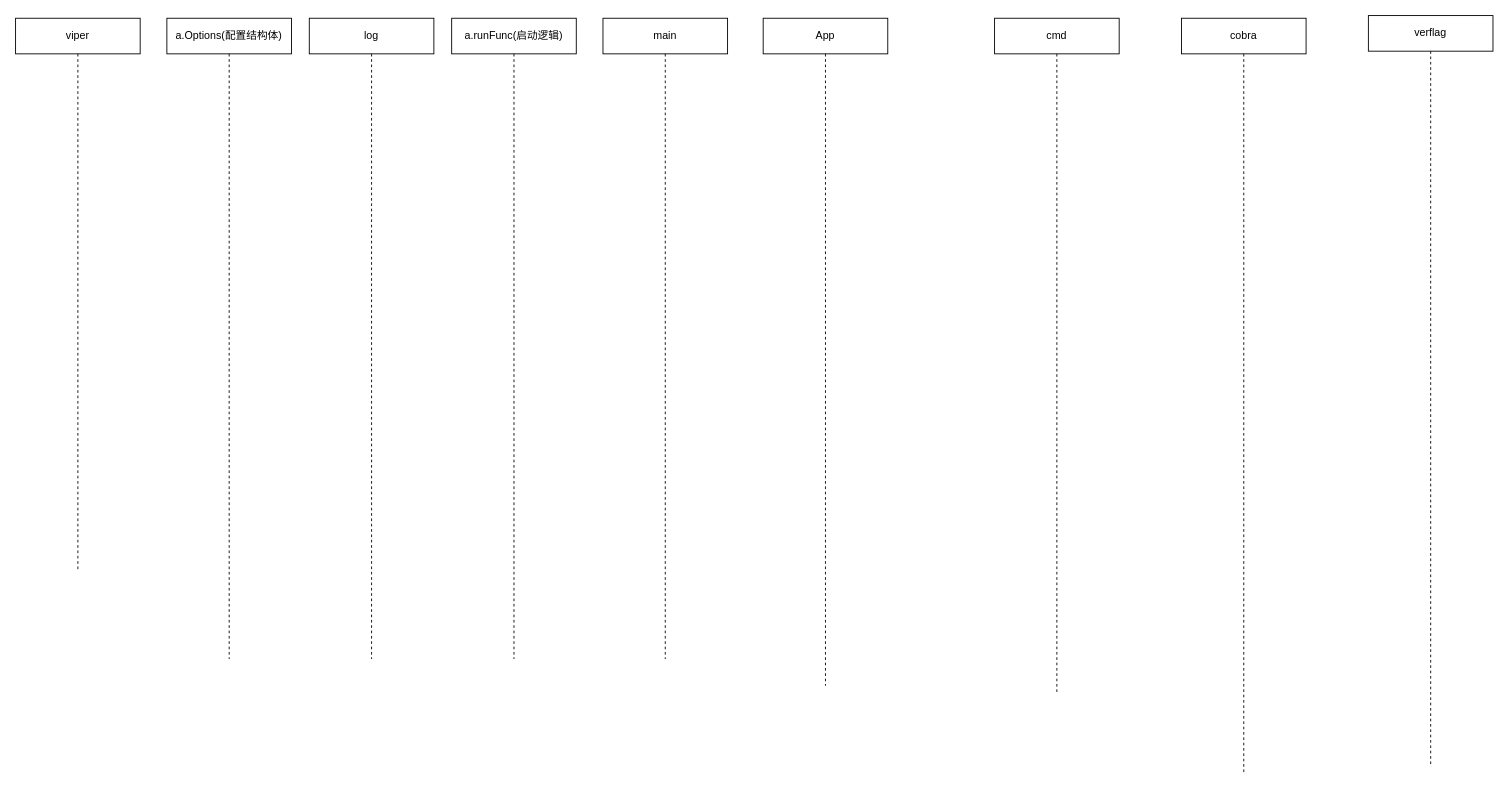
Before: page "正式" (1 of 4) of cdmp-mini/doc/drawio/服务器初始化.drawio in maxiaolu1981/cretem, a draw.io diagram. Source tidied: cells renumbered, new cells numbered last; positions are measured from the earlier drawing's top-left corner, leaving out a move shared by most shapes. Both pictures are drawn from the tidied source at 89%, with x=0, y=0 at pixel (15, 15).
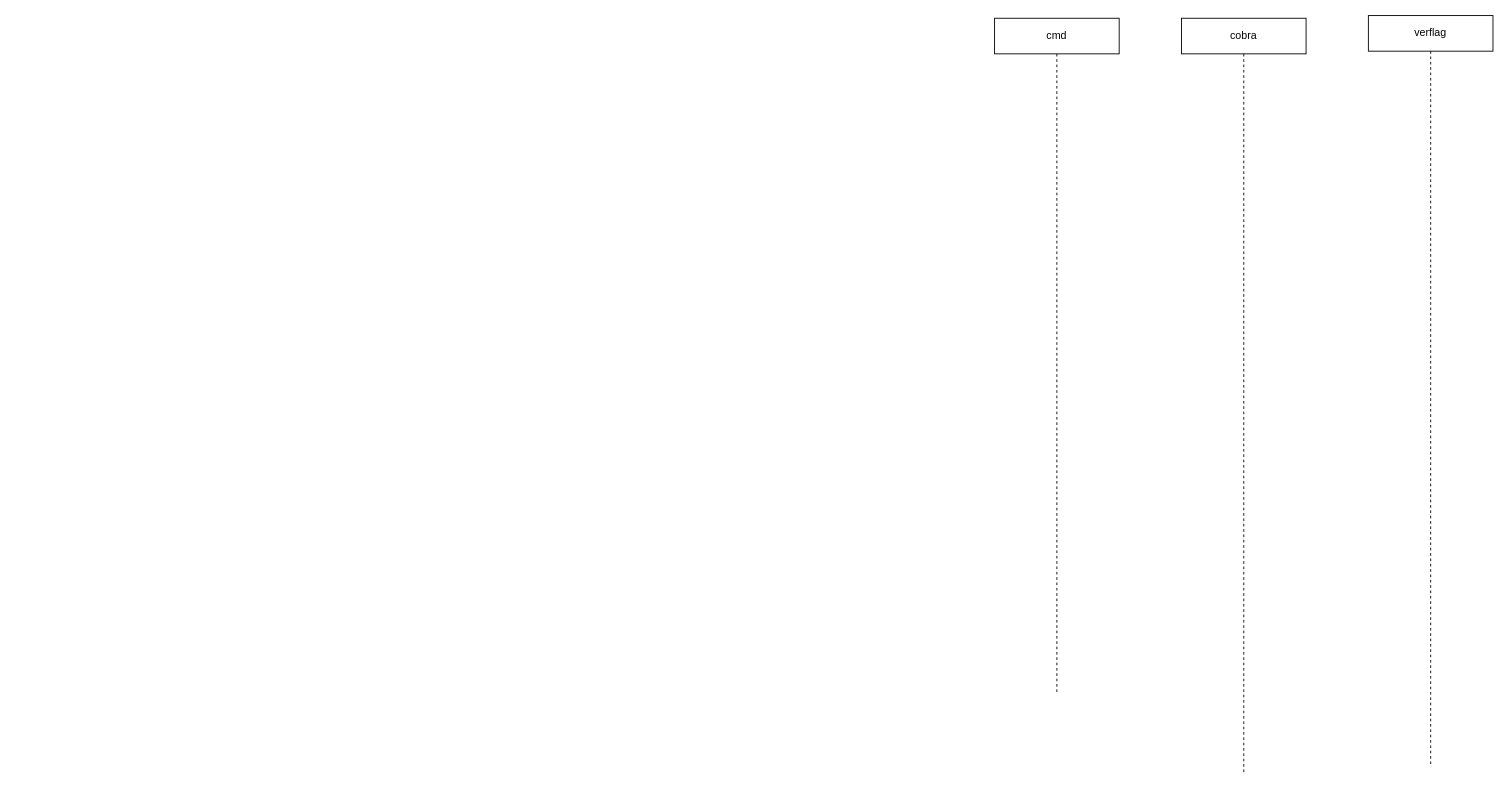
Above is the later version.

What changed in the source:
```diff
@@
 <mxGraphModel>
   <root>
     <mxCell id="0" />
     <mxCell id="1" parent="0" />
     <mxCell id="2" value="cobra" style="shape=umlLifeline;perimeter=lifelinePerimeter;whiteSpace=wrap;html=1;newEdgeStyle={&quot;curved&quot;:0,&quot;rounded&quot;:0};" parent="1" vertex="1">
       <mxGeometry x="1310" y="3" width="140" height="850" as="geometry" />
     </mxCell>
     <mxCell id="3" value="&lt;div&gt;verflag&lt;/div&gt;" style="shape=umlLifeline;perimeter=lifelinePerimeter;whiteSpace=wrap;html=1;newEdgeStyle={&quot;curved&quot;:0,&quot;rounded&quot;:0};" parent="1" vertex="1">
       <mxGeometry x="1520" width="140" height="843" as="geometry" />
     </mxCell>
-    <mxCell id="4" value="&lt;div&gt;viper&lt;/div&gt;" style="shape=umlLifeline;perimeter=lifelinePerimeter;whiteSpace=wrap;html=1;newEdgeStyle={&quot;curved&quot;:0,&quot;rounded&quot;:0};" parent="1" vertex="1">
-      <mxGeometry y="3" width="140" height="620" as="geometry" />
-    </mxCell>
-    <mxCell id="5" value="a.Options(配置结构体)" style="shape=umlLifeline;perimeter=lifelinePerimeter;whiteSpace=wrap;html=1;newEdgeStyle={&quot;curved&quot;:0,&quot;rounded&quot;:0};" parent="1" vertex="1">
-      <mxGeometry x="170" y="3" width="140" height="720" as="geometry" />
-    </mxCell>
-    <mxCell id="6" value="&lt;div&gt;a.runFunc(启动逻辑)&lt;/div&gt;" style="shape=umlLifeline;perimeter=lifelinePerimeter;whiteSpace=wrap;html=1;newEdgeStyle={&quot;curved&quot;:0,&quot;rounded&quot;:0};" parent="1" vertex="1">
-      <mxGeometry x="490" y="3" width="140" height="720" as="geometry" />
-    </mxCell>
-    <mxCell id="7" value="App" style="shape=umlLifeline;perimeter=lifelinePerimeter;whiteSpace=wrap;html=1;newEdgeStyle={&quot;curved&quot;:0,&quot;rounded&quot;:0};" parent="1" vertex="1">
-      <mxGeometry x="840" y="3" width="140" height="750" as="geometry" />
-    </mxCell>
     <mxCell id="8" value="cmd" style="shape=umlLifeline;perimeter=lifelinePerimeter;whiteSpace=wrap;html=1;newEdgeStyle={&quot;curved&quot;:0,&quot;rounded&quot;:0};" parent="1" vertex="1">
       <mxGeometry x="1100" y="3" width="140" height="760" as="geometry" />
     </mxCell>
-    <mxCell id="9" value="log" style="shape=umlLifeline;perimeter=lifelinePerimeter;whiteSpace=wrap;html=1;newEdgeStyle={&quot;curved&quot;:0,&quot;rounded&quot;:0};" parent="1" vertex="1">
-      <mxGeometry x="330" y="3" width="140" height="720" as="geometry" />
-    </mxCell>
-    <mxCell id="10" value="&lt;div&gt;main&lt;/div&gt;" style="shape=umlLifeline;perimeter=lifelinePerimeter;whiteSpace=wrap;html=1;newEdgeStyle={&quot;curved&quot;:0,&quot;rounded&quot;:0};" parent="1" vertex="1">
-      <mxGeometry x="660" y="3" width="140" height="720" as="geometry" />
-    </mxCell>
   </root>
 </mxGraphModel>
```
